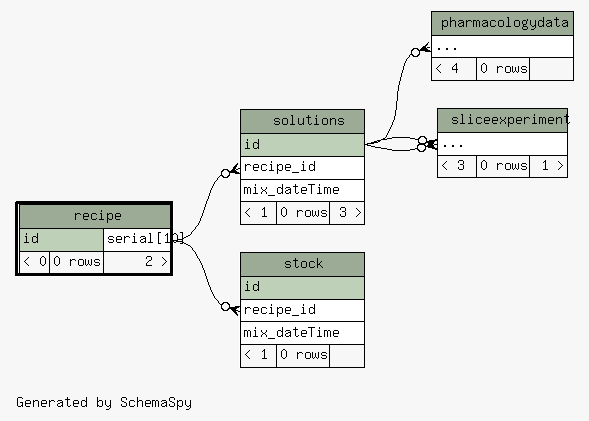
Before: database/ss/diagrams/recipe.2degrees.png, a diagram exported from Graphviz (tgbugs/mlab). Its source is kept beside it as database/ss/diagrams/recipe.2degrees.dot.
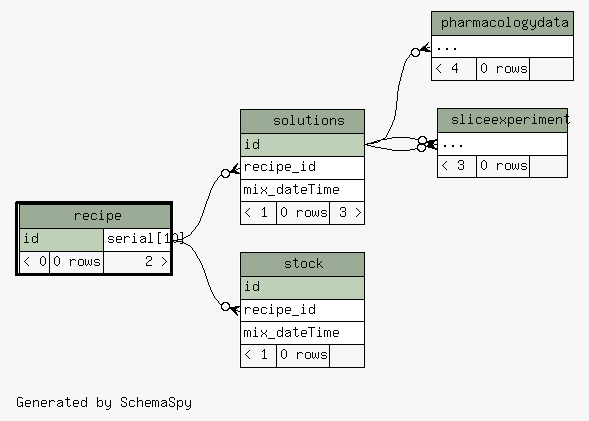
After the commit.

The edit, as a diff of the source:
```diff
@@ -47,7 +47,7 @@
     <TABLE BORDER="0" CELLBORDER="1" CELLSPACING="0" BGCOLOR="#ffffff">
       <TR><TD COLSPAN="3" BGCOLOR="#9bab96" ALIGN="CENTER">sliceexperiment</TD></TR>
       <TR><TD PORT="elipses" COLSPAN="3" ALIGN="LEFT">...</TD></TR>
-      <TR><TD ALIGN="LEFT" BGCOLOR="#f7f7f7">&lt; 3</TD><TD ALIGN="RIGHT" BGCOLOR="#f7f7f7">0 rows</TD><TD ALIGN="RIGHT" BGCOLOR="#f7f7f7">1 &gt;</TD></TR>
+      <TR><TD ALIGN="LEFT" BGCOLOR="#f7f7f7">&lt; 3</TD><TD ALIGN="RIGHT" BGCOLOR="#f7f7f7">0 rows</TD><TD ALIGN="RIGHT" BGCOLOR="#f7f7f7">  </TD></TR>
     </TABLE>>
     URL="sliceexperiment.html"
     tooltip="sliceexperiment"
```
